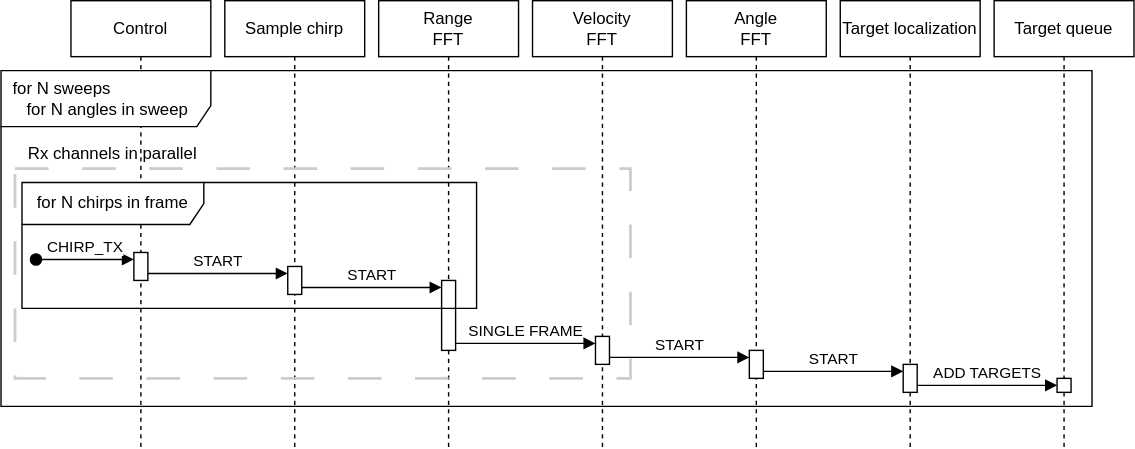
Earlier version of the draw.io export Figures/systemDesign/overview/sequenceDiagramRx.svg (Mikkelnn/ESD6-Project). Source tidied: cells renumbered, new cells last; positions are measured from the earlier drawing's top-left corner, leaving out a move shared by most shapes.
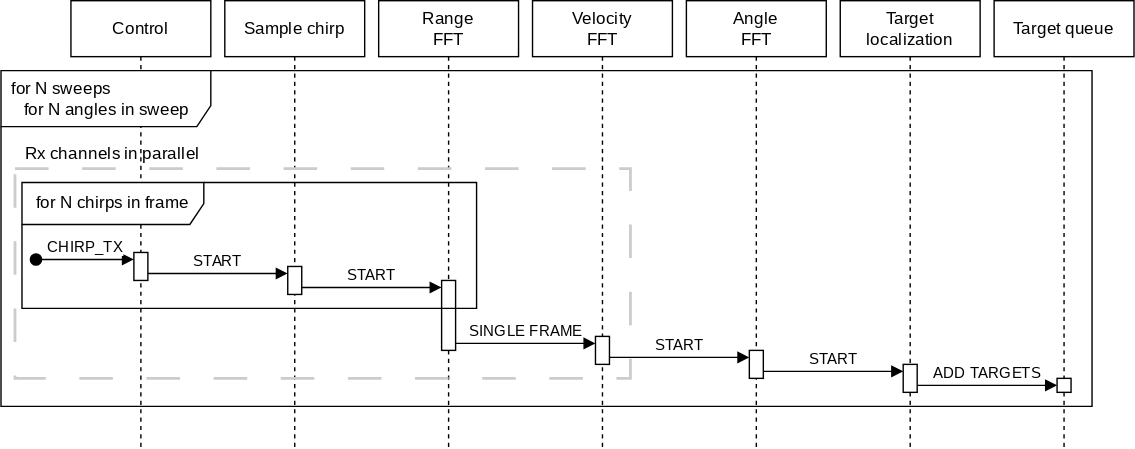
The same file after the commit.

Diff of the diagram source:
```diff
@@ -2,94 +2,94 @@
   <root>
     <mxCell id="0" />
     <mxCell id="1" parent="0" />
-    <mxCell id="2" value="Control" style="shape=umlLifeline;perimeter=lifelinePerimeter;whiteSpace=wrap;html=1;newEdgeStyle={&quot;edgeStyle&quot;:&quot;elbowEdgeStyle&quot;,&quot;elbow&quot;:&quot;vertical&quot;,&quot;curved&quot;:0,&quot;rounded&quot;:0};" parent="1" vertex="1">
+    <mxCell id="2" value="Control" style="shape=umlLifeline;perimeter=lifelinePerimeter;whiteSpace=wrap;html=1;newEdgeStyle={&quot;edgeStyle&quot;:&quot;elbowEdgeStyle&quot;,&quot;elbow&quot;:&quot;vertical&quot;,&quot;curved&quot;:0,&quot;rounded&quot;:0};fontFamily=latex;fontSource=http%3A%2F%2Fsourceforge.net%2Fprojects%2Fcm-unicode%2Ffiles%2FOldFiles%2Fcm-unicode-fix-0.6.3.tar.bz2%2Fdownload;" parent="1" vertex="1">
       <mxGeometry x="50" width="100" height="320" as="geometry" />
     </mxCell>
-    <mxCell id="3" style="html=1;points=[[0,0,0,0,5],[0,1,0,0,-5],[1,0,0,0,5],[1,1,0,0,-5]];perimeter=orthogonalPerimeter;outlineConnect=0;targetShapes=umlLifeline;portConstraint=eastwest;newEdgeStyle={&quot;curved&quot;:0,&quot;rounded&quot;:0};" parent="2" vertex="1">
+    <mxCell id="3" style="html=1;points=[[0,0,0,0,5],[0,1,0,0,-5],[1,0,0,0,5],[1,1,0,0,-5]];perimeter=orthogonalPerimeter;outlineConnect=0;targetShapes=umlLifeline;portConstraint=eastwest;newEdgeStyle={&quot;curved&quot;:0,&quot;rounded&quot;:0};fontFamily=latex;fontSource=http%3A%2F%2Fsourceforge.net%2Fprojects%2Fcm-unicode%2Ffiles%2FOldFiles%2Fcm-unicode-fix-0.6.3.tar.bz2%2Fdownload;" parent="2" vertex="1">
       <mxGeometry x="45" y="180" width="10" height="20" as="geometry" />
     </mxCell>
-    <mxCell id="4" value="CHIRP_TX" style="html=1;verticalAlign=bottom;startArrow=oval;endArrow=block;startSize=8;curved=0;rounded=0;entryX=0;entryY=0;entryDx=0;entryDy=5;" parent="2" edge="1" target="3">
+    <mxCell id="4" value="CHIRP_TX" style="html=1;verticalAlign=bottom;startArrow=oval;endArrow=block;startSize=8;curved=0;rounded=0;entryX=0;entryY=0;entryDx=0;entryDy=5;fontFamily=latex;fontSource=http%3A%2F%2Fsourceforge.net%2Fprojects%2Fcm-unicode%2Ffiles%2FOldFiles%2Fcm-unicode-fix-0.6.3.tar.bz2%2Fdownload;" parent="2" edge="1" target="3">
       <mxGeometry relative="1" as="geometry">
         <mxPoint x="-25" y="185" as="sourcePoint" />
       </mxGeometry>
     </mxCell>
-    <mxCell id="5" value="Target localization" style="shape=umlLifeline;perimeter=lifelinePerimeter;whiteSpace=wrap;html=1;newEdgeStyle={&quot;edgeStyle&quot;:&quot;elbowEdgeStyle&quot;,&quot;elbow&quot;:&quot;vertical&quot;,&quot;curved&quot;:0,&quot;rounded&quot;:0};" parent="1" vertex="1">
+    <mxCell id="5" value="Target localization" style="shape=umlLifeline;perimeter=lifelinePerimeter;whiteSpace=wrap;html=1;newEdgeStyle={&quot;edgeStyle&quot;:&quot;elbowEdgeStyle&quot;,&quot;elbow&quot;:&quot;vertical&quot;,&quot;curved&quot;:0,&quot;rounded&quot;:0};fontFamily=latex;fontSource=http%3A%2F%2Fsourceforge.net%2Fprojects%2Fcm-unicode%2Ffiles%2FOldFiles%2Fcm-unicode-fix-0.6.3.tar.bz2%2Fdownload;" parent="1" vertex="1">
       <mxGeometry x="600" width="100" height="320" as="geometry" />
     </mxCell>
-    <mxCell id="6" value="Angle&lt;br&gt;FFT" style="shape=umlLifeline;perimeter=lifelinePerimeter;whiteSpace=wrap;html=1;newEdgeStyle={&quot;edgeStyle&quot;:&quot;elbowEdgeStyle&quot;,&quot;elbow&quot;:&quot;vertical&quot;,&quot;curved&quot;:0,&quot;rounded&quot;:0};" parent="1" vertex="1">
+    <mxCell id="6" value="Angle&lt;br&gt;FFT" style="shape=umlLifeline;perimeter=lifelinePerimeter;whiteSpace=wrap;html=1;newEdgeStyle={&quot;edgeStyle&quot;:&quot;elbowEdgeStyle&quot;,&quot;elbow&quot;:&quot;vertical&quot;,&quot;curved&quot;:0,&quot;rounded&quot;:0};fontFamily=latex;fontSource=http%3A%2F%2Fsourceforge.net%2Fprojects%2Fcm-unicode%2Ffiles%2FOldFiles%2Fcm-unicode-fix-0.6.3.tar.bz2%2Fdownload;" parent="1" vertex="1">
       <mxGeometry x="490" width="100" height="320" as="geometry" />
     </mxCell>
-    <mxCell id="7" value="Velocity&lt;br&gt;FFT" style="shape=umlLifeline;perimeter=lifelinePerimeter;whiteSpace=wrap;html=1;newEdgeStyle={&quot;edgeStyle&quot;:&quot;elbowEdgeStyle&quot;,&quot;elbow&quot;:&quot;vertical&quot;,&quot;curved&quot;:0,&quot;rounded&quot;:0};" parent="1" vertex="1">
+    <mxCell id="7" value="Velocity&lt;br&gt;FFT" style="shape=umlLifeline;perimeter=lifelinePerimeter;whiteSpace=wrap;html=1;newEdgeStyle={&quot;edgeStyle&quot;:&quot;elbowEdgeStyle&quot;,&quot;elbow&quot;:&quot;vertical&quot;,&quot;curved&quot;:0,&quot;rounded&quot;:0};fontFamily=latex;fontSource=http%3A%2F%2Fsourceforge.net%2Fprojects%2Fcm-unicode%2Ffiles%2FOldFiles%2Fcm-unicode-fix-0.6.3.tar.bz2%2Fdownload;" parent="1" vertex="1">
       <mxGeometry x="380" width="100" height="320" as="geometry" />
     </mxCell>
-    <mxCell id="8" value="Range&lt;br&gt;FFT" style="shape=umlLifeline;perimeter=lifelinePerimeter;whiteSpace=wrap;html=1;newEdgeStyle={&quot;edgeStyle&quot;:&quot;elbowEdgeStyle&quot;,&quot;elbow&quot;:&quot;vertical&quot;,&quot;curved&quot;:0,&quot;rounded&quot;:0};" parent="1" vertex="1">
+    <mxCell id="8" value="Range&lt;br&gt;FFT" style="shape=umlLifeline;perimeter=lifelinePerimeter;whiteSpace=wrap;html=1;newEdgeStyle={&quot;edgeStyle&quot;:&quot;elbowEdgeStyle&quot;,&quot;elbow&quot;:&quot;vertical&quot;,&quot;curved&quot;:0,&quot;rounded&quot;:0};fontFamily=latex;fontSource=http%3A%2F%2Fsourceforge.net%2Fprojects%2Fcm-unicode%2Ffiles%2FOldFiles%2Fcm-unicode-fix-0.6.3.tar.bz2%2Fdownload;" parent="1" vertex="1">
       <mxGeometry x="270" width="100" height="320" as="geometry" />
     </mxCell>
-    <mxCell id="9" value="Sample chirp" style="shape=umlLifeline;perimeter=lifelinePerimeter;whiteSpace=wrap;html=1;newEdgeStyle={&quot;edgeStyle&quot;:&quot;elbowEdgeStyle&quot;,&quot;elbow&quot;:&quot;vertical&quot;,&quot;curved&quot;:0,&quot;rounded&quot;:0};" parent="1" vertex="1">
+    <mxCell id="9" value="Sample chirp" style="shape=umlLifeline;perimeter=lifelinePerimeter;whiteSpace=wrap;html=1;newEdgeStyle={&quot;edgeStyle&quot;:&quot;elbowEdgeStyle&quot;,&quot;elbow&quot;:&quot;vertical&quot;,&quot;curved&quot;:0,&quot;rounded&quot;:0};fontFamily=latex;fontSource=http%3A%2F%2Fsourceforge.net%2Fprojects%2Fcm-unicode%2Ffiles%2FOldFiles%2Fcm-unicode-fix-0.6.3.tar.bz2%2Fdownload;" parent="1" vertex="1">
       <mxGeometry x="160" width="100" height="320" as="geometry" />
     </mxCell>
-    <mxCell id="10" style="html=1;points=[[0,0,0,0,5],[0,1,0,0,-5],[1,0,0,0,5],[1,1,0,0,-5]];perimeter=orthogonalPerimeter;outlineConnect=0;targetShapes=umlLifeline;portConstraint=eastwest;newEdgeStyle={&quot;curved&quot;:0,&quot;rounded&quot;:0};" parent="9" vertex="1">
+    <mxCell id="10" style="html=1;points=[[0,0,0,0,5],[0,1,0,0,-5],[1,0,0,0,5],[1,1,0,0,-5]];perimeter=orthogonalPerimeter;outlineConnect=0;targetShapes=umlLifeline;portConstraint=eastwest;newEdgeStyle={&quot;curved&quot;:0,&quot;rounded&quot;:0};fontFamily=latex;fontSource=http%3A%2F%2Fsourceforge.net%2Fprojects%2Fcm-unicode%2Ffiles%2FOldFiles%2Fcm-unicode-fix-0.6.3.tar.bz2%2Fdownload;" parent="9" vertex="1">
       <mxGeometry x="45" y="190" width="10" height="20" as="geometry" />
     </mxCell>
-    <mxCell id="11" value="Target queue" style="shape=umlLifeline;perimeter=lifelinePerimeter;whiteSpace=wrap;html=1;newEdgeStyle={&quot;edgeStyle&quot;:&quot;elbowEdgeStyle&quot;,&quot;elbow&quot;:&quot;vertical&quot;,&quot;curved&quot;:0,&quot;rounded&quot;:0};" parent="1" vertex="1">
+    <mxCell id="11" value="Target queue" style="shape=umlLifeline;perimeter=lifelinePerimeter;whiteSpace=wrap;html=1;newEdgeStyle={&quot;edgeStyle&quot;:&quot;elbowEdgeStyle&quot;,&quot;elbow&quot;:&quot;vertical&quot;,&quot;curved&quot;:0,&quot;rounded&quot;:0};fontFamily=latex;fontSource=http%3A%2F%2Fsourceforge.net%2Fprojects%2Fcm-unicode%2Ffiles%2FOldFiles%2Fcm-unicode-fix-0.6.3.tar.bz2%2Fdownload;" parent="1" vertex="1">
       <mxGeometry x="710" width="100" height="320" as="geometry" />
     </mxCell>
-    <mxCell id="12" value="START" style="html=1;verticalAlign=bottom;endArrow=block;curved=0;rounded=0;entryX=0;entryY=0;entryDx=0;entryDy=5;" parent="1" edge="1" target="10">
+    <mxCell id="12" value="START" style="html=1;verticalAlign=bottom;endArrow=block;curved=0;rounded=0;entryX=0;entryY=0;entryDx=0;entryDy=5;fontFamily=latex;fontSource=http%3A%2F%2Fsourceforge.net%2Fprojects%2Fcm-unicode%2Ffiles%2FOldFiles%2Fcm-unicode-fix-0.6.3.tar.bz2%2Fdownload;" parent="1" edge="1" target="10">
       <mxGeometry relative="1" as="geometry">
         <mxPoint x="105" y="195" as="sourcePoint" />
       </mxGeometry>
     </mxCell>
-    <mxCell id="13" style="html=1;points=[[0,0,0,0,5],[0,1,0,0,-5],[1,0,0,0,5],[1,1,0,0,-5]];perimeter=orthogonalPerimeter;outlineConnect=0;targetShapes=umlLifeline;portConstraint=eastwest;newEdgeStyle={&quot;curved&quot;:0,&quot;rounded&quot;:0};" parent="1" vertex="1">
+    <mxCell id="13" style="html=1;points=[[0,0,0,0,5],[0,1,0,0,-5],[1,0,0,0,5],[1,1,0,0,-5]];perimeter=orthogonalPerimeter;outlineConnect=0;targetShapes=umlLifeline;portConstraint=eastwest;newEdgeStyle={&quot;curved&quot;:0,&quot;rounded&quot;:0};fontFamily=latex;fontSource=http%3A%2F%2Fsourceforge.net%2Fprojects%2Fcm-unicode%2Ffiles%2FOldFiles%2Fcm-unicode-fix-0.6.3.tar.bz2%2Fdownload;" parent="1" vertex="1">
       <mxGeometry x="315" y="200" width="10" height="50" as="geometry" />
     </mxCell>
-    <mxCell id="14" value="START" style="html=1;verticalAlign=bottom;endArrow=block;curved=0;rounded=0;entryX=0;entryY=0;entryDx=0;entryDy=5;" parent="1" edge="1" target="13">
+    <mxCell id="14" value="START" style="html=1;verticalAlign=bottom;endArrow=block;curved=0;rounded=0;entryX=0;entryY=0;entryDx=0;entryDy=5;fontFamily=latex;fontSource=http%3A%2F%2Fsourceforge.net%2Fprojects%2Fcm-unicode%2Ffiles%2FOldFiles%2Fcm-unicode-fix-0.6.3.tar.bz2%2Fdownload;" parent="1" edge="1" target="13">
       <mxGeometry relative="1" as="geometry">
         <mxPoint x="215" y="205" as="sourcePoint" />
       </mxGeometry>
     </mxCell>
-    <mxCell id="15" style="html=1;perimeter=orthogonalPerimeter;targetShapes=umlLifeline;newEdgeStyle={&quot;curved&quot;:0,&quot;rounded&quot;:0};" parent="1" vertex="1">
+    <mxCell id="15" style="html=1;perimeter=orthogonalPerimeter;targetShapes=umlLifeline;newEdgeStyle={&quot;curved&quot;:0,&quot;rounded&quot;:0};fontFamily=latex;fontSource=http%3A%2F%2Fsourceforge.net%2Fprojects%2Fcm-unicode%2Ffiles%2FOldFiles%2Fcm-unicode-fix-0.6.3.tar.bz2%2Fdownload;" parent="1" vertex="1">
       <mxGeometry x="425" y="240" width="10" height="20" as="geometry" />
     </mxCell>
-    <mxCell id="16" value="SINGLE FRAME" style="html=1;verticalAlign=bottom;endArrow=block;curved=0;rounded=0;entryX=0;entryY=0;entryDx=0;entryDy=5;" parent="1" edge="1">
+    <mxCell id="16" value="SINGLE FRAME" style="html=1;verticalAlign=bottom;endArrow=block;curved=0;rounded=0;entryX=0;entryY=0;entryDx=0;entryDy=5;fontFamily=latex;fontSource=http%3A%2F%2Fsourceforge.net%2Fprojects%2Fcm-unicode%2Ffiles%2FOldFiles%2Fcm-unicode-fix-0.6.3.tar.bz2%2Fdownload;" parent="1" edge="1">
       <mxGeometry relative="1" as="geometry">
         <mxPoint x="325" y="245" as="sourcePoint" />
         <mxPoint x="425" y="245" as="targetPoint" />
       </mxGeometry>
     </mxCell>
-    <mxCell id="17" style="html=1;points=[[0,0,0,0,5],[0,1,0,0,-5],[1,0,0,0,5],[1,1,0,0,-5]];perimeter=orthogonalPerimeter;outlineConnect=0;targetShapes=umlLifeline;portConstraint=eastwest;newEdgeStyle={&quot;curved&quot;:0,&quot;rounded&quot;:0};" parent="1" vertex="1">
+    <mxCell id="17" style="html=1;points=[[0,0,0,0,5],[0,1,0,0,-5],[1,0,0,0,5],[1,1,0,0,-5]];perimeter=orthogonalPerimeter;outlineConnect=0;targetShapes=umlLifeline;portConstraint=eastwest;newEdgeStyle={&quot;curved&quot;:0,&quot;rounded&quot;:0};fontFamily=latex;fontSource=http%3A%2F%2Fsourceforge.net%2Fprojects%2Fcm-unicode%2Ffiles%2FOldFiles%2Fcm-unicode-fix-0.6.3.tar.bz2%2Fdownload;" parent="1" vertex="1">
       <mxGeometry x="535" y="250" width="10" height="20" as="geometry" />
     </mxCell>
-    <mxCell id="18" value="START" style="html=1;verticalAlign=bottom;endArrow=block;curved=0;rounded=0;entryX=0;entryY=0;entryDx=0;entryDy=5;" parent="1" edge="1" target="17">
+    <mxCell id="18" value="START" style="html=1;verticalAlign=bottom;endArrow=block;curved=0;rounded=0;entryX=0;entryY=0;entryDx=0;entryDy=5;fontFamily=latex;fontSource=http%3A%2F%2Fsourceforge.net%2Fprojects%2Fcm-unicode%2Ffiles%2FOldFiles%2Fcm-unicode-fix-0.6.3.tar.bz2%2Fdownload;" parent="1" edge="1" target="17">
       <mxGeometry relative="1" as="geometry">
         <mxPoint x="435" y="255" as="sourcePoint" />
       </mxGeometry>
     </mxCell>
-    <mxCell id="19" style="html=1;points=[[0,0,0,0,5],[0,1,0,0,-5],[1,0,0,0,5],[1,1,0,0,-5]];perimeter=orthogonalPerimeter;outlineConnect=0;targetShapes=umlLifeline;portConstraint=eastwest;newEdgeStyle={&quot;curved&quot;:0,&quot;rounded&quot;:0};" parent="1" vertex="1">
+    <mxCell id="19" style="html=1;points=[[0,0,0,0,5],[0,1,0,0,-5],[1,0,0,0,5],[1,1,0,0,-5]];perimeter=orthogonalPerimeter;outlineConnect=0;targetShapes=umlLifeline;portConstraint=eastwest;newEdgeStyle={&quot;curved&quot;:0,&quot;rounded&quot;:0};fontFamily=latex;fontSource=http%3A%2F%2Fsourceforge.net%2Fprojects%2Fcm-unicode%2Ffiles%2FOldFiles%2Fcm-unicode-fix-0.6.3.tar.bz2%2Fdownload;" parent="1" vertex="1">
       <mxGeometry x="645" y="260" width="10" height="20" as="geometry" />
     </mxCell>
-    <mxCell id="20" value="START" style="html=1;verticalAlign=bottom;endArrow=block;curved=0;rounded=0;entryX=0;entryY=0;entryDx=0;entryDy=5;" parent="1" edge="1" target="19">
+    <mxCell id="20" value="START" style="html=1;verticalAlign=bottom;endArrow=block;curved=0;rounded=0;entryX=0;entryY=0;entryDx=0;entryDy=5;fontFamily=latex;fontSource=http%3A%2F%2Fsourceforge.net%2Fprojects%2Fcm-unicode%2Ffiles%2FOldFiles%2Fcm-unicode-fix-0.6.3.tar.bz2%2Fdownload;" parent="1" edge="1" target="19">
       <mxGeometry relative="1" as="geometry">
         <mxPoint x="545" y="265" as="sourcePoint" />
       </mxGeometry>
     </mxCell>
-    <mxCell id="21" style="html=1;points=[[0,0,0,0,5],[0,1,0,0,-5],[1,0,0,0,5],[1,1,0,0,-5]];perimeter=orthogonalPerimeter;outlineConnect=0;targetShapes=umlLifeline;portConstraint=eastwest;newEdgeStyle={&quot;curved&quot;:0,&quot;rounded&quot;:0};" parent="1" vertex="1">
+    <mxCell id="21" style="html=1;points=[[0,0,0,0,5],[0,1,0,0,-5],[1,0,0,0,5],[1,1,0,0,-5]];perimeter=orthogonalPerimeter;outlineConnect=0;targetShapes=umlLifeline;portConstraint=eastwest;newEdgeStyle={&quot;curved&quot;:0,&quot;rounded&quot;:0};fontFamily=latex;fontSource=http%3A%2F%2Fsourceforge.net%2Fprojects%2Fcm-unicode%2Ffiles%2FOldFiles%2Fcm-unicode-fix-0.6.3.tar.bz2%2Fdownload;" parent="1" vertex="1">
       <mxGeometry x="755" y="270" width="10" height="10" as="geometry" />
     </mxCell>
-    <mxCell id="22" value="ADD TARGETS" style="html=1;verticalAlign=bottom;endArrow=block;curved=0;rounded=0;entryX=0;entryY=0;entryDx=0;entryDy=5;" parent="1" edge="1" target="21">
+    <mxCell id="22" value="ADD TARGETS" style="html=1;verticalAlign=bottom;endArrow=block;curved=0;rounded=0;entryX=0;entryY=0;entryDx=0;entryDy=5;fontFamily=latex;fontSource=http%3A%2F%2Fsourceforge.net%2Fprojects%2Fcm-unicode%2Ffiles%2FOldFiles%2Fcm-unicode-fix-0.6.3.tar.bz2%2Fdownload;" parent="1" edge="1" target="21">
       <mxGeometry relative="1" as="geometry">
         <mxPoint x="655" y="275" as="sourcePoint" />
       </mxGeometry>
     </mxCell>
-    <mxCell id="23" value="for N chirps in frame" style="shape=umlFrame;whiteSpace=wrap;html=1;width=130;height=30;" parent="1" vertex="1">
+    <mxCell id="23" value="for N chirps in frame" style="shape=umlFrame;whiteSpace=wrap;html=1;width=130;height=30;fontFamily=latex;fontSource=http%3A%2F%2Fsourceforge.net%2Fprojects%2Fcm-unicode%2Ffiles%2FOldFiles%2Fcm-unicode-fix-0.6.3.tar.bz2%2Fdownload;" parent="1" vertex="1">
       <mxGeometry x="15" y="130" width="325" height="90" as="geometry" />
     </mxCell>
-    <mxCell id="24" value="&amp;nbsp; for N sweeps&lt;br&gt;&amp;nbsp; &amp;nbsp; &amp;nbsp;for N angles in sweep" style="shape=umlFrame;whiteSpace=wrap;html=1;width=150;height=40;align=left;" parent="1" vertex="1">
+    <mxCell id="24" value="&amp;nbsp; for N sweeps&lt;br&gt;&amp;nbsp; &amp;nbsp; &amp;nbsp;for N angles in sweep" style="shape=umlFrame;whiteSpace=wrap;html=1;width=150;height=40;align=left;fontFamily=latex;fontSource=http%3A%2F%2Fsourceforge.net%2Fprojects%2Fcm-unicode%2Ffiles%2FOldFiles%2Fcm-unicode-fix-0.6.3.tar.bz2%2Fdownload;" parent="1" vertex="1">
       <mxGeometry y="50" width="780" height="240" as="geometry" />
     </mxCell>
-    <mxCell id="25" style="rounded=0;whiteSpace=wrap;html=1;fillColor=none;dashed=1;dashPattern=12 12;strokeWidth=2;strokeColor=light-dark(#CCCCCC,#EDEDED);" parent="1" vertex="1">
+    <mxCell id="25" style="rounded=0;whiteSpace=wrap;html=1;fillColor=none;dashed=1;dashPattern=12 12;strokeWidth=2;strokeColor=light-dark(#CCCCCC,#EDEDED);fontFamily=latex;fontSource=http%3A%2F%2Fsourceforge.net%2Fprojects%2Fcm-unicode%2Ffiles%2FOldFiles%2Fcm-unicode-fix-0.6.3.tar.bz2%2Fdownload;" parent="1" vertex="1">
       <mxGeometry x="10" y="120" width="440" height="150" as="geometry" />
     </mxCell>
-    <mxCell id="26" value="Rx channels in parallel" style="text;html=1;align=center;verticalAlign=middle;whiteSpace=wrap;rounded=0;" parent="1" vertex="1">
+    <mxCell id="26" value="Rx channels in parallel" style="text;html=1;align=center;verticalAlign=middle;whiteSpace=wrap;rounded=0;fontFamily=latex;fontSource=http%3A%2F%2Fsourceforge.net%2Fprojects%2Fcm-unicode%2Ffiles%2FOldFiles%2Fcm-unicode-fix-0.6.3.tar.bz2%2Fdownload;" parent="1" vertex="1">
       <mxGeometry x="10" y="100" width="140" height="20" as="geometry" />
     </mxCell>
   </root>
```
